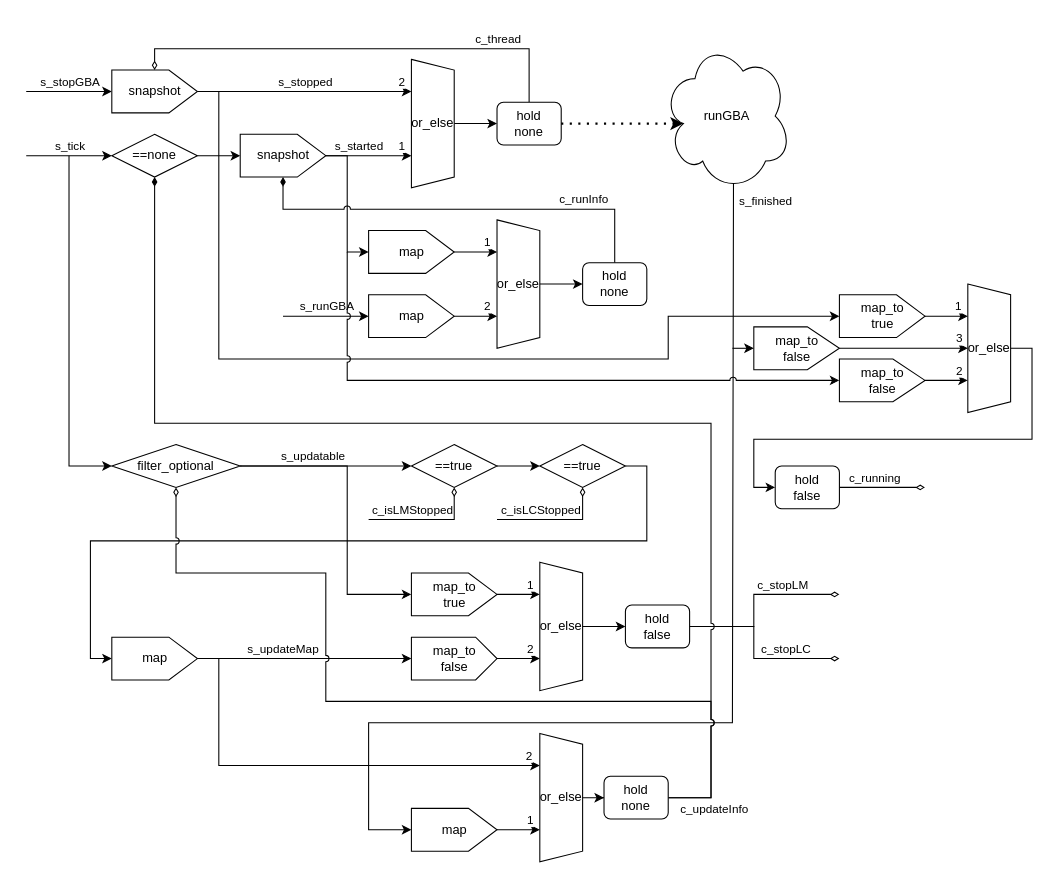
Earlier version of the draw.io diagram doc/2024-12-09_semi/images/GBAManager.drawio (suzuki-taro-unofficial/ORB-SLAM3-decoding). Source tidied: cells renumbered, new cells numbered last; positions are measured from the earlier drawing's top-left corner, leaving out a move shared by most shapes. Both pictures are drawn from the tidied source at 107%, with x=0, y=0 at pixel (26, 41).
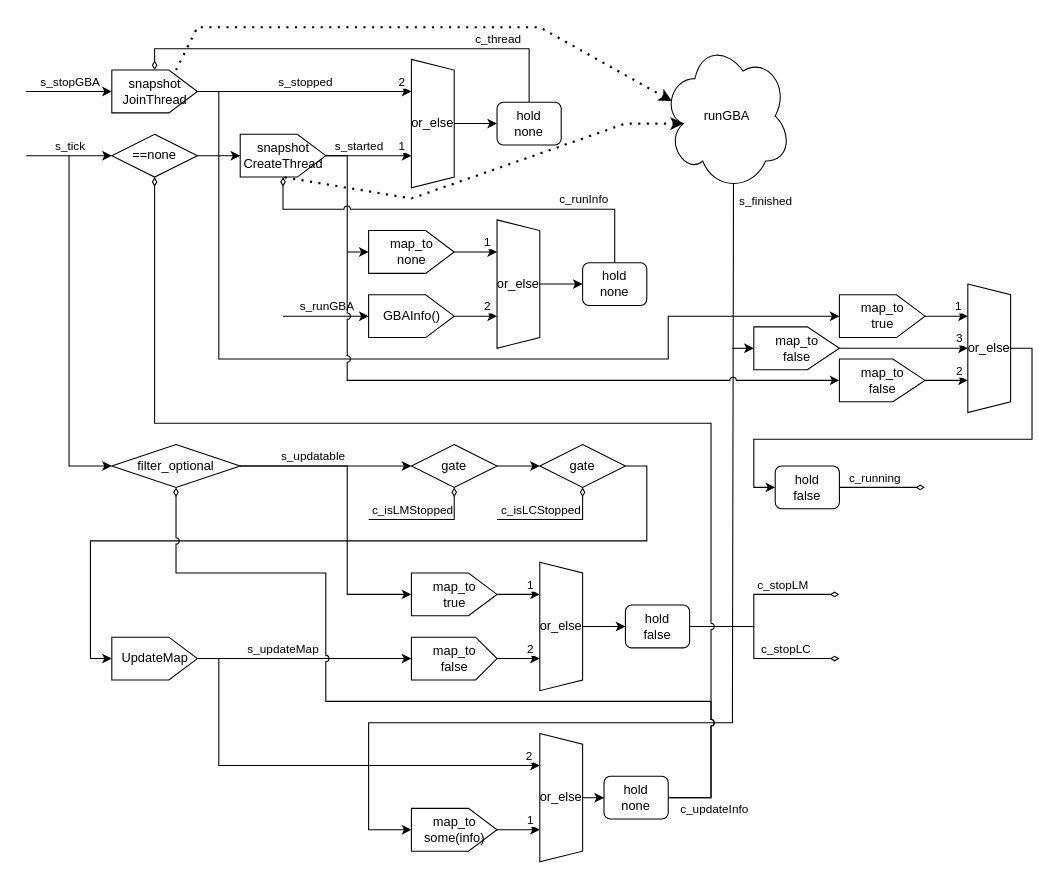
The same page after the edit.

Unchanged cells that the change refers to:
```xml
<mxCell id="14" value="hold&lt;div&gt;none&lt;/div&gt;" style="rounded=1;whiteSpace=wrap;html=1;" parent="1" vertex="1">
  <mxGeometry x="440" y="57" width="60" height="40" as="geometry" />
</mxCell>
<mxCell id="23" value="==none" style="rhombus;whiteSpace=wrap;html=1;" parent="1" vertex="1">
  <mxGeometry x="80" y="87" width="80" height="40" as="geometry" />
</mxCell>
<mxCell id="34" value="hold&lt;div&gt;none&lt;/div&gt;" style="rounded=1;whiteSpace=wrap;html=1;" parent="1" vertex="1">
  <mxGeometry x="520" y="207" width="60" height="40" as="geometry" />
</mxCell>
<mxCell id="72" value="hold&lt;div&gt;none&lt;/div&gt;" style="rounded=1;whiteSpace=wrap;html=1;" parent="1" vertex="1">
  <mxGeometry x="540" y="687" width="60" height="40" as="geometry" />
</mxCell>
<mxCell id="95" value="runGBA" style="ellipse;shape=cloud;whiteSpace=wrap;html=1;" parent="1" vertex="1">
  <mxGeometry x="595" width="120" height="140" as="geometry" />
</mxCell>
```

The edit, as a diff of the source:
```diff
@@
-    <mxCell id="6" value="snapshot" style="verticalLabelPosition=middle;verticalAlign=middle;html=1;shape=offPageConnector;rounded=0;size=0.3333333333333333;direction=north;labelPosition=center;align=center;" parent="1" vertex="1">
+    <mxCell id="6" value="snapshot&lt;div&gt;JoinThread&lt;/div&gt;" style="verticalLabelPosition=middle;verticalAlign=middle;html=1;shape=offPageConnector;rounded=0;size=0.3333333333333333;direction=north;labelPosition=center;align=center;" parent="1" vertex="1">
       <mxGeometry x="80" y="27" width="80" height="40" as="geometry" />
     </mxCell>
@@
-    <mxCell id="19" value="map" style="verticalLabelPosition=middle;verticalAlign=middle;html=1;shape=offPageConnector;rounded=0;size=0.3333333333333333;direction=north;labelPosition=center;align=center;" parent="1" vertex="1">
+    <mxCell id="19" value="GBAInfo()" style="verticalLabelPosition=middle;verticalAlign=middle;html=1;shape=offPageConnector;rounded=0;size=0.3333333333333333;direction=north;labelPosition=center;align=center;" parent="1" vertex="1">
       <mxGeometry x="320" y="237" width="80" height="40" as="geometry" />
     </mxCell>
@@
-    <mxCell id="28" value="snapshot" style="verticalLabelPosition=middle;verticalAlign=middle;html=1;shape=offPageConnector;rounded=0;size=0.3333333333333333;direction=north;labelPosition=center;align=center;" parent="1" vertex="1">
+    <mxCell id="28" value="snapshot&lt;div&gt;CreateThread&lt;/div&gt;" style="verticalLabelPosition=middle;verticalAlign=middle;html=1;shape=offPageConnector;rounded=0;size=0.3333333333333333;direction=north;labelPosition=center;align=center;" parent="1" vertex="1">
       <mxGeometry x="200" y="87" width="80" height="40" as="geometry" />
     </mxCell>
@@
-    <mxCell id="31" value="map" style="verticalLabelPosition=middle;verticalAlign=middle;html=1;shape=offPageConnector;rounded=0;size=0.3333333333333333;direction=north;labelPosition=center;align=center;" parent="1" vertex="1">
+    <mxCell id="31" value="map_to&lt;div&gt;none&lt;/div&gt;" style="verticalLabelPosition=middle;verticalAlign=middle;html=1;shape=offPageConnector;rounded=0;size=0.3333333333333333;direction=north;labelPosition=center;align=center;" parent="1" vertex="1">
       <mxGeometry x="320" y="177" width="80" height="40" as="geometry" />
     </mxCell>
-    <mxCell id="32" style="edgeStyle=orthogonalEdgeStyle;rounded=0;jettySize=auto;html=1;exitX=0.5;exitY=0;exitDx=0;exitDy=0;entryX=0;entryY=0.5;entryDx=0;entryDy=0;endArrow=diamondThin;endFill=1;jumpStyle=arc;" parent="1" edge="1" source="34" target="28">
+    <mxCell id="32" style="edgeStyle=orthogonalEdgeStyle;rounded=0;jettySize=auto;html=1;exitX=0.5;exitY=0;exitDx=0;exitDy=0;entryX=0;entryY=0.5;entryDx=0;entryDy=0;endArrow=diamondThin;endFill=0;jumpStyle=arc;" parent="1" edge="1" source="34" target="28">
       <mxGeometry relative="1" as="geometry">
         <Array as="points">
           <mxPoint x="550" y="157" />
           <mxPoint x="240" y="157" />
         </Array>
       </mxGeometry>
     </mxCell>
@@
-    <mxCell id="41" value="==true" style="rhombus;whiteSpace=wrap;html=1;" parent="1" vertex="1">
+    <mxCell id="41" value="gate" style="rhombus;whiteSpace=wrap;html=1;" parent="1" vertex="1">
       <mxGeometry x="360" y="377" width="80" height="40" as="geometry" />
     </mxCell>
@@
-    <mxCell id="43" value="==true" style="rhombus;whiteSpace=wrap;html=1;" parent="1" vertex="1">
+    <mxCell id="43" value="gate" style="rhombus;whiteSpace=wrap;html=1;" parent="1" vertex="1">
       <mxGeometry x="480" y="377" width="80" height="40" as="geometry" />
     </mxCell>
@@
-    <mxCell id="48" value="map" style="verticalLabelPosition=middle;verticalAlign=middle;html=1;shape=offPageConnector;rounded=0;size=0.3333333333333333;direction=north;labelPosition=center;align=center;" parent="1" vertex="1">
+    <mxCell id="48" value="UpdateMap" style="verticalLabelPosition=middle;verticalAlign=middle;html=1;shape=offPageConnector;rounded=0;size=0.3333333333333333;direction=north;labelPosition=center;align=center;" parent="1" vertex="1">
       <mxGeometry x="80" y="557" width="80" height="40" as="geometry" />
     </mxCell>
@@
-    <mxCell id="68" value="map" style="verticalLabelPosition=middle;verticalAlign=middle;html=1;shape=offPageConnector;rounded=0;size=0.3333333333333333;direction=north;labelPosition=center;align=center;" parent="1" vertex="1">
+    <mxCell id="68" value="map_to&lt;div&gt;some(info)&lt;/div&gt;" style="verticalLabelPosition=middle;verticalAlign=middle;html=1;shape=offPageConnector;rounded=0;size=0.3333333333333333;direction=north;labelPosition=center;align=center;" parent="1" vertex="1">
       <mxGeometry x="360" y="717" width="80" height="40" as="geometry" />
     </mxCell>
@@
-    <mxCell id="71" style="edgeStyle=orthogonalEdgeStyle;rounded=0;jettySize=auto;html=1;exitX=1;exitY=0.5;exitDx=0;exitDy=0;entryX=0.5;entryY=1;entryDx=0;entryDy=0;jumpStyle=arc;endArrow=diamondThin;endFill=1;" parent="1" edge="1" source="72" target="23">
+    <mxCell id="71" style="edgeStyle=orthogonalEdgeStyle;rounded=0;jettySize=auto;html=1;exitX=1;exitY=0.5;exitDx=0;exitDy=0;entryX=0.5;entryY=1;entryDx=0;entryDy=0;jumpStyle=arc;endArrow=diamondThin;endFill=0;" parent="1" edge="1" source="72" target="23">
       <mxGeometry relative="1" as="geometry">
         <Array as="points">
           <mxPoint x="640" y="707" />
           <mxPoint x="640" y="357" />
           <mxPoint x="120" y="357" />
         </Array>
       </mxGeometry>
     </mxCell>
@@
-    <mxCell id="73" style="endArrow=none;dashed=1;html=1;dashPattern=1 3;strokeWidth=2;rounded=0;entryX=1;entryY=0.5;entryDx=0;entryDy=0;exitX=0.16;exitY=0.55;exitDx=0;exitDy=0;exitPerimeter=0;endFill=0;startArrow=classic;startFill=1;" parent="1" edge="1" source="95" target="14">
+    <mxCell id="73" style="endArrow=none;dashed=1;html=1;dashPattern=1 3;strokeWidth=2;rounded=0;entryX=0;entryY=0.5;entryDx=0;entryDy=0;exitX=0.16;exitY=0.55;exitDx=0;exitDy=0;exitPerimeter=0;endFill=0;startArrow=classic;startFill=1;" parent="1" edge="1" source="95" target="28">
       <mxGeometry relative="1" as="geometry">
         <Array as="points">
           <mxPoint x="560" y="77" />
+          <mxPoint x="360" y="147" />
         </Array>
       </mxGeometry>
     </mxCell>
@@
+    <mxCell id="96" style="endArrow=none;dashed=1;html=1;dashPattern=1 3;strokeWidth=2;rounded=0;entryX=1;entryY=0.75;entryDx=0;entryDy=0;exitX=0.07;exitY=0.4;exitDx=0;exitDy=0;exitPerimeter=0;endFill=0;startArrow=classic;startFill=1;" parent="1" edge="1" source="95" target="6">
+      <mxGeometry relative="1" as="geometry">
+        <Array as="points">
+          <mxPoint x="480" y="-13" />
+          <mxPoint x="160" y="-13" />
+        </Array>
+      </mxGeometry>
+    </mxCell>
```
